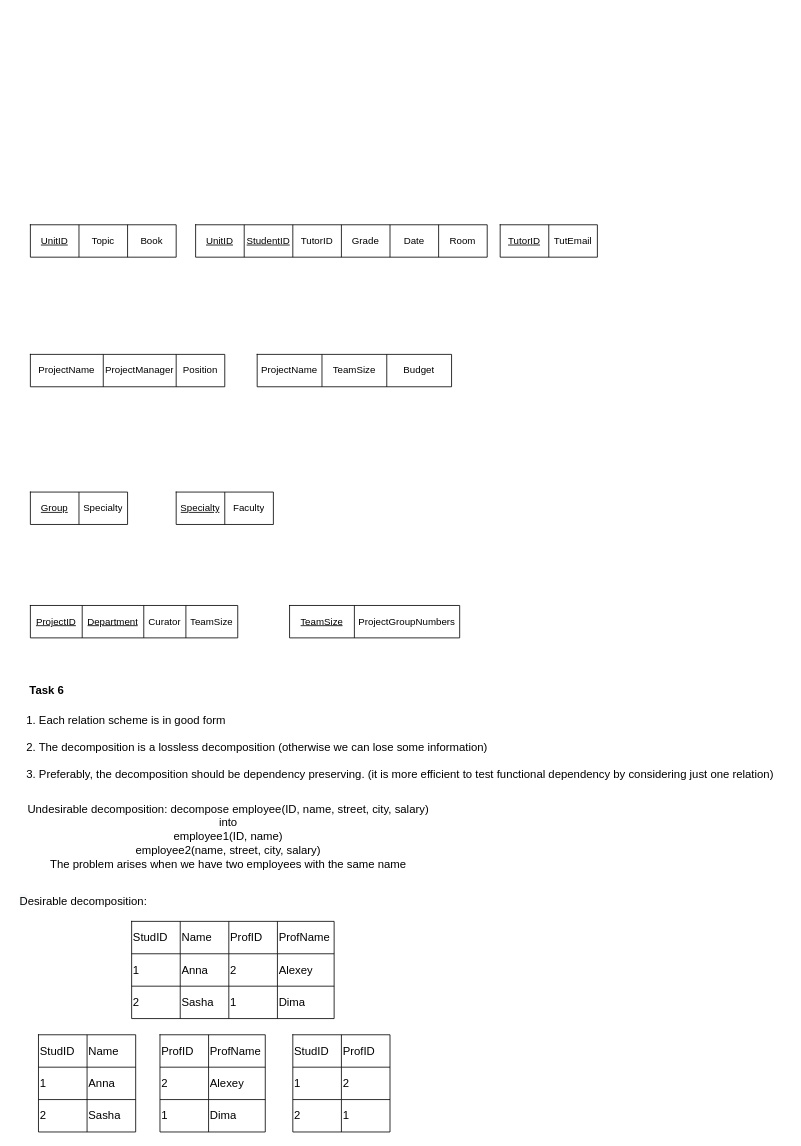
The draw.io diagram Lab5.drawio in AsselyaRaim/Databases-2021, before the edit. Source tidied: cells renumbered, new cells numbered last; positions are measured from the earlier drawing's top-left corner, leaving out a move shared by most shapes. Both pictures are drawn from the tidied source at 81%, with x=0, y=0 at pixel (18, 224).
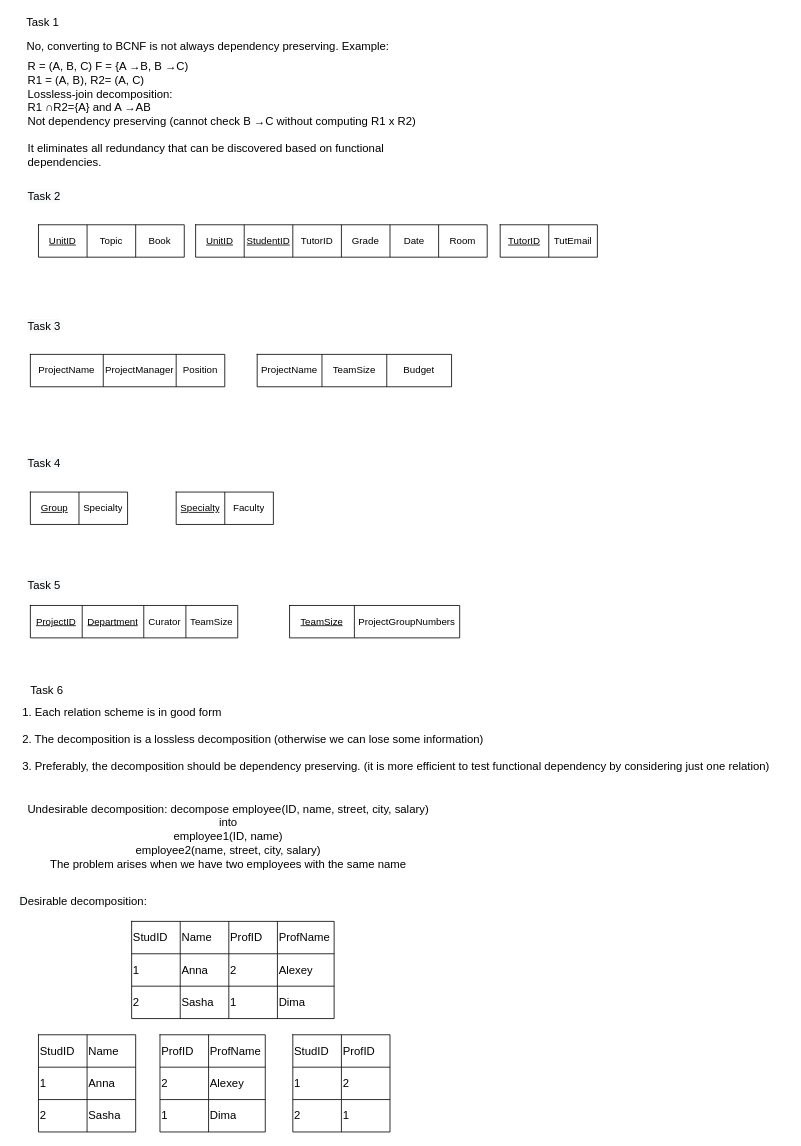
Above is the later version.

What changed in the source:
```diff
@@
     <mxCell id="6" style="shape=table;html=1;whiteSpace=wrap;startSize=0;childLayout=tableLayout;" parent="1" vertex="1">
-      <mxGeometry x="15" width="180" height="40" as="geometry" />
+      <mxGeometry x="25" width="180" height="40" as="geometry" />
     </mxCell>
@@
-    <mxCell id="48" value="Task 6" style="text;html=1;align=center;verticalAlign=middle;strokeColor=none;fillColor=none;fontSize=14;fontStyle=1;" parent="1" vertex="1">
+    <mxCell id="48" value="&lt;span style=&quot;font-weight: normal&quot;&gt;Task 6&lt;/span&gt;" style="text;html=1;align=center;verticalAlign=middle;strokeColor=none;fillColor=none;fontSize=14;fontStyle=1;" parent="1" vertex="1">
       <mxGeometry x="5" y="565" width="60" height="20" as="geometry" />
     </mxCell>
     <mxCell id="49" value="&lt;div style=&quot;text-align: left ; font-size: 14px&quot;&gt;&lt;span&gt;&lt;font style=&quot;font-size: 14px&quot;&gt;1.&amp;nbsp;&lt;/font&gt;&lt;/span&gt;&lt;span&gt;Each relation scheme is in good form&lt;/span&gt;&lt;/div&gt;&lt;div style=&quot;text-align: left ; font-size: 14px&quot;&gt;&lt;span&gt;&lt;br&gt;&lt;/span&gt;&lt;/div&gt;&lt;div style=&quot;text-align: left ; font-size: 14px&quot;&gt;&lt;span&gt;&lt;font style=&quot;font-size: 14px&quot;&gt;2. The decomposition is a lossless decomposition (otherwise we can lose some information)&lt;/font&gt;&lt;/span&gt;&lt;/div&gt;&lt;font style=&quot;font-size: 14px&quot;&gt;&lt;br&gt;3. Preferably, the decomposition should be dependency preserving. (it is more efficient to test functional dependency by considering just one relation)&amp;nbsp;&amp;nbsp;&lt;/font&gt;" style="text;html=1;align=center;verticalAlign=middle;strokeColor=none;fillColor=none;" parent="1" vertex="1">
-      <mxGeometry y="610" width="950" height="70" as="geometry" />
+      <mxGeometry x="-5" y="600" width="950" height="70" as="geometry" />
     </mxCell>
@@
+    <mxCell id="98" value="Task 1" style="text;html=1;align=center;verticalAlign=middle;strokeColor=none;fillColor=none;fontSize=14;" parent="1" vertex="1">
+      <mxGeometry y="-260" width="60" height="20" as="geometry" />
+    </mxCell>
+    <mxCell id="99" value="No, converting to BCNF is not always dependency preserving. Example:&lt;br&gt;" style="text;html=1;align=center;verticalAlign=middle;strokeColor=none;fillColor=none;fontSize=14;" parent="1" vertex="1">
+      <mxGeometry x="4" y="-230" width="460" height="20" as="geometry" />
+    </mxCell>
+    <mxCell id="100" value="R = (A, B, C) F = {A →B, B →C)&lt;br&gt;R1 = (A, B), R2= (A, C)&lt;br&gt;Lossless-join decomposition:&lt;br&gt;R1 ∩R2={A} and A →AB&lt;br&gt;Not dependency preserving (cannot check B →C without computing R1 x R2)&lt;br&gt;&lt;br&gt;It eliminates all redundancy that can be discovered based on functional dependencies." style="text;whiteSpace=wrap;html=1;fontSize=14;" parent="1" vertex="1">
+      <mxGeometry x="10" y="-210" width="490" height="140" as="geometry" />
+    </mxCell>
+    <mxCell id="101" value="&lt;span style=&quot;color: rgb(0 , 0 , 0) ; font-family: &amp;#34;helvetica&amp;#34; ; font-size: 14px ; font-style: normal ; font-weight: 400 ; letter-spacing: normal ; text-align: center ; text-indent: 0px ; text-transform: none ; word-spacing: 0px ; background-color: rgb(248 , 249 , 250) ; display: inline ; float: none&quot;&gt;Task 2&lt;/span&gt;" style="text;whiteSpace=wrap;html=1;fontSize=14;" parent="1" vertex="1">
+      <mxGeometry x="10" y="-50" width="70" height="30" as="geometry" />
+    </mxCell>
+    <mxCell id="102" value="&lt;span style=&quot;color: rgb(0 , 0 , 0) ; font-family: &amp;#34;helvetica&amp;#34; ; font-size: 14px ; font-style: normal ; font-weight: 400 ; letter-spacing: normal ; text-align: center ; text-indent: 0px ; text-transform: none ; word-spacing: 0px ; background-color: rgb(248 , 249 , 250) ; display: inline ; float: none&quot;&gt;Task 3&lt;/span&gt;" style="text;whiteSpace=wrap;html=1;fontSize=14;" parent="1" vertex="1">
+      <mxGeometry x="10" y="110" width="70" height="30" as="geometry" />
+    </mxCell>
+    <mxCell id="103" value="&lt;span style=&quot;color: rgb(0 , 0 , 0) ; font-family: &amp;#34;helvetica&amp;#34; ; font-size: 14px ; font-style: normal ; font-weight: 400 ; letter-spacing: normal ; text-align: center ; text-indent: 0px ; text-transform: none ; word-spacing: 0px ; background-color: rgb(248 , 249 , 250) ; display: inline ; float: none&quot;&gt;Task 4&lt;/span&gt;" style="text;whiteSpace=wrap;html=1;fontSize=14;" parent="1" vertex="1">
+      <mxGeometry x="10" y="280" width="70" height="30" as="geometry" />
+    </mxCell>
+    <mxCell id="104" value="&lt;span style=&quot;color: rgb(0 , 0 , 0) ; font-family: &amp;#34;helvetica&amp;#34; ; font-size: 14px ; font-style: normal ; font-weight: 400 ; letter-spacing: normal ; text-align: center ; text-indent: 0px ; text-transform: none ; word-spacing: 0px ; background-color: rgb(248 , 249 , 250) ; display: inline ; float: none&quot;&gt;Task 5&lt;/span&gt;" style="text;whiteSpace=wrap;html=1;fontSize=14;" parent="1" vertex="1">
+      <mxGeometry x="10" y="430" width="70" height="30" as="geometry" />
+    </mxCell>
```
